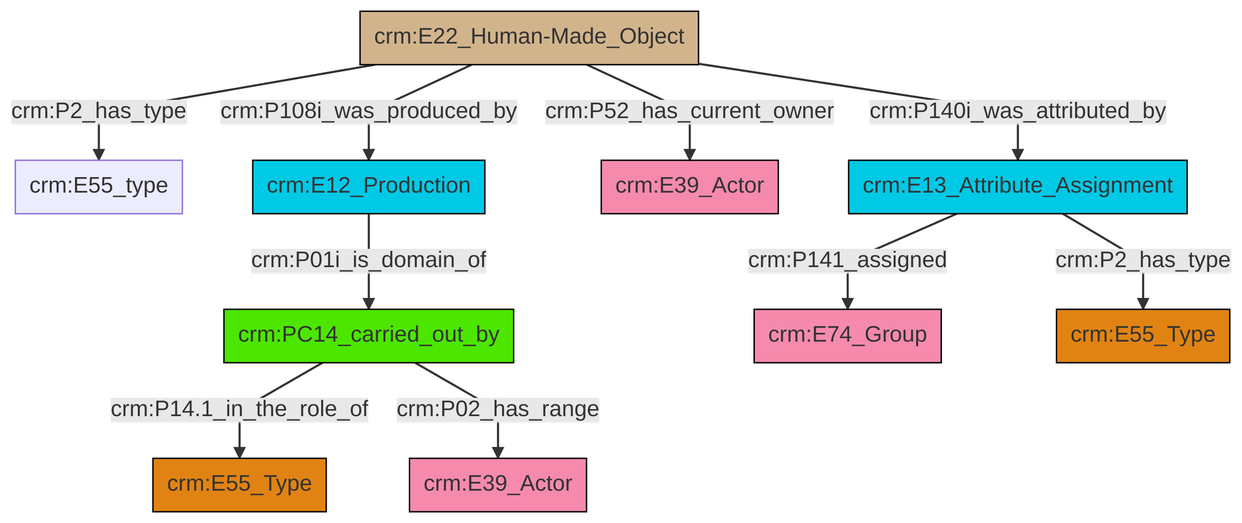
Earlier version of the Mermaid export et/builtWorkCSV/ttl/mmd/png/Built_Work_actor_relations.png (swiss-art-research-net/reference-data-models). Its source is kept beside it as et/builtWorkCSV/ttl/mmd/Built_Work_actor_relations.ttl.mmd.
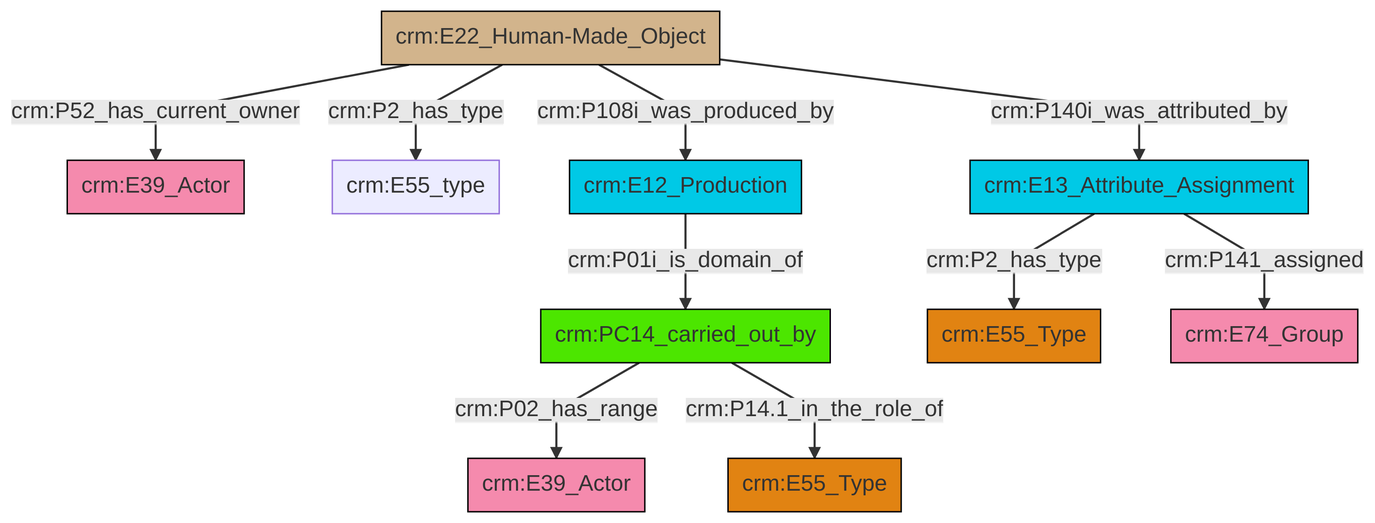
Later version of the same file.

Diff of the diagram source:
```diff
@@ -13,12 +13,12 @@
 classDef PC_Classes fill:#4ce600, stroke:#000000;
 classDef Multi fill:#cccccc,stroke:#000000;
 
-0["crm:E22_Human-Made_Object"]:::Physical_Thing -->|crm:P2_has_type| 1["crm:E55_type"]:::Default
-6["crm:E12_Production"]:::Temporal_Entity -->|crm:P01i_is_domain_of| 7["crm:PC14_carried_out_by"]:::PC_Classes
-0["crm:E22_Human-Made_Object"]:::Physical_Thing -->|crm:P108i_was_produced_by| 6["crm:E12_Production"]:::Temporal_Entity
-0["crm:E22_Human-Made_Object"]:::Physical_Thing -->|crm:P52_has_current_owner| 10["crm:E39_Actor"]:::Actor
+0["crm:E22_Human-Made_Object"]:::Physical_Thing -->|crm:P52_has_current_owner| 1["crm:E39_Actor"]:::Actor
+7["crm:PC14_carried_out_by"]:::PC_Classes -->|crm:P02_has_range| 4["crm:E39_Actor"]:::Actor
 0["crm:E22_Human-Made_Object"]:::Physical_Thing -->|crm:P140i_was_attributed_by| 11["crm:E13_Attribute_Assignment"]:::Temporal_Entity
-7["crm:PC14_carried_out_by"]:::PC_Classes -->|crm:P14.1_in_the_role_of| 12["crm:E55_Type"]:::Type
-11["crm:E13_Attribute_Assignment"]:::Temporal_Entity -->|crm:P141_assigned| 2["crm:E74_Group"]:::Actor
-11["crm:E13_Attribute_Assignment"]:::Temporal_Entity -->|crm:P2_has_type| 8["crm:E55_Type"]:::Type
-7["crm:PC14_carried_out_by"]:::PC_Classes -->|crm:P02_has_range| 4["crm:E39_Actor"]:::Actor
+0["crm:E22_Human-Made_Object"]:::Physical_Thing -->|crm:P2_has_type| 9["crm:E55_type"]:::Default
+0["crm:E22_Human-Made_Object"]:::Physical_Thing -->|crm:P108i_was_produced_by| 15["crm:E12_Production"]:::Temporal_Entity
+7["crm:PC14_carried_out_by"]:::PC_Classes -->|crm:P14.1_in_the_role_of| 2["crm:E55_Type"]:::Type
+15["crm:E12_Production"]:::Temporal_Entity -->|crm:P01i_is_domain_of| 7["crm:PC14_carried_out_by"]:::PC_Classes
+11["crm:E13_Attribute_Assignment"]:::Temporal_Entity -->|crm:P2_has_type| 12["crm:E55_Type"]:::Type
+11["crm:E13_Attribute_Assignment"]:::Temporal_Entity -->|crm:P141_assigned| 18["crm:E74_Group"]:::Actor
```
